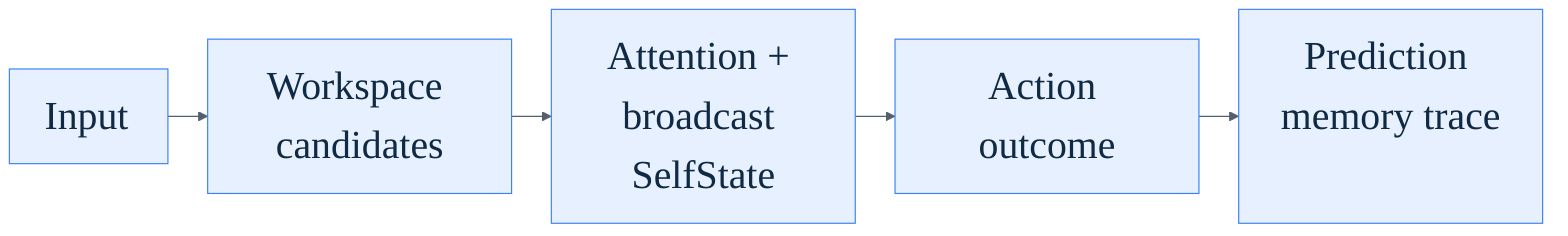
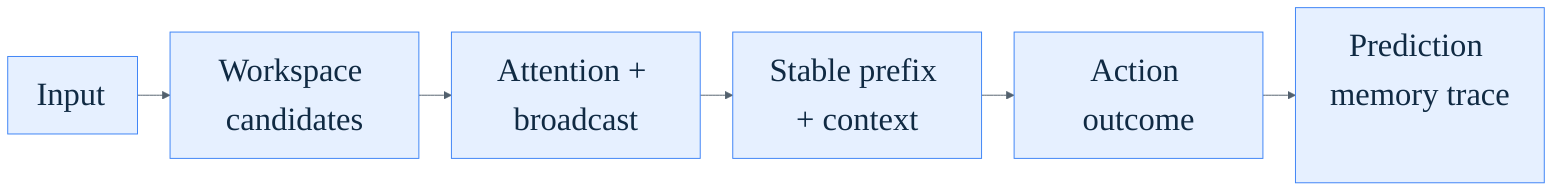
%%{init: {"theme": "base", "themeVariables": {"fontFamily": "Inter, Arial, sans-serif", "fontSize": "34px", "primaryColor": "#e6f0ff", "primaryBorderColor": "#3b82f6", "primaryTextColor": "#102a43", "lineColor": "#52606d"}, "flowchart": {"htmlLabels": false, "nodeSpacing": 22, "rankSpacing": 34, "curve": "basis"}}}%%
flowchart LR
    INPUT["Input"] --> CANDIDATES["Workspace candidates"]
-     CANDIDATES --> ATTENTION["Attention + broadcast SelfState"]
-     ATTENTION --> ACTION["Action outcome"]
+     CANDIDATES --> ATTENTION["Attention + broadcast"]
+     ATTENTION --> CONTEXT["Stable prefix + context"]
+     CONTEXT --> ACTION["Action outcome"]
    ACTION --> REVIEW["Prediction memory trace"]
